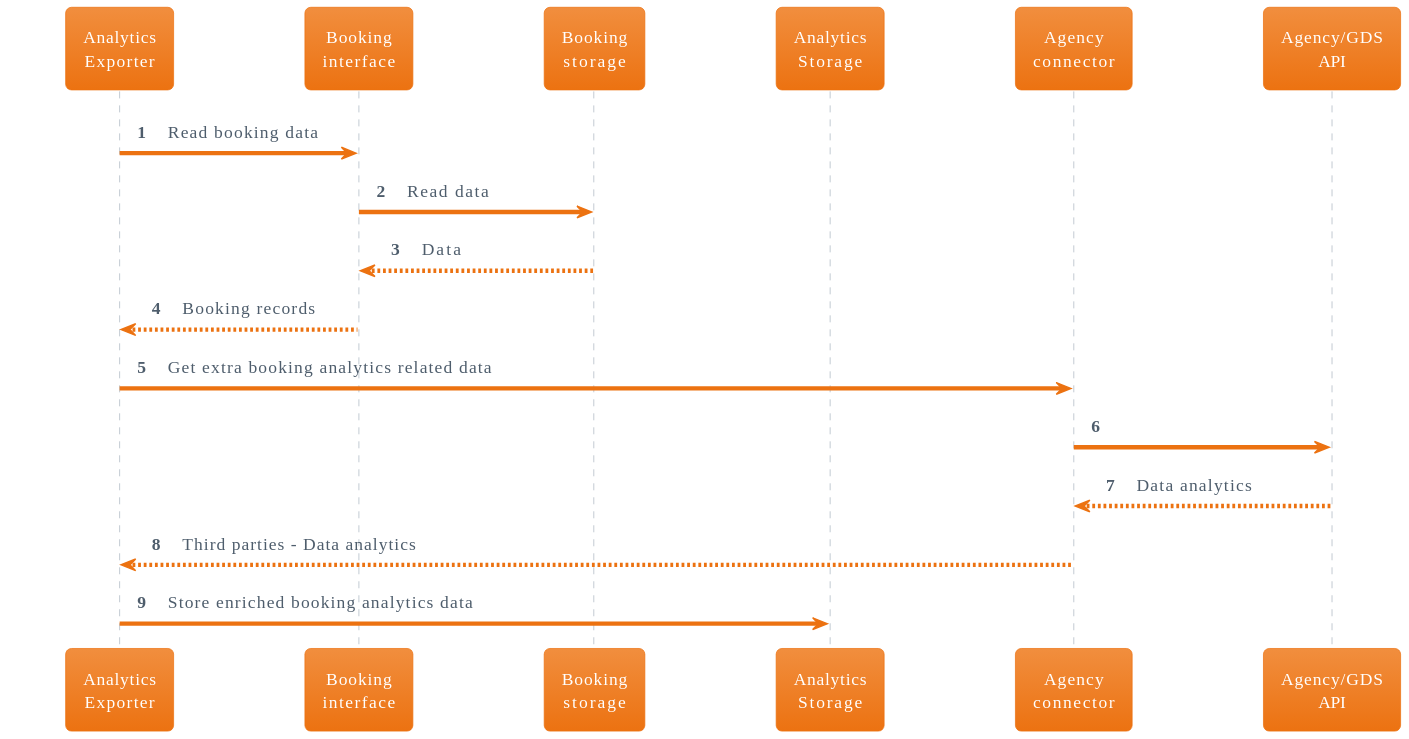
This is doc/use_cases/analytics_storage.svg from relic-da/ArchEnemies, a PlantUML export, as it was before one commit.
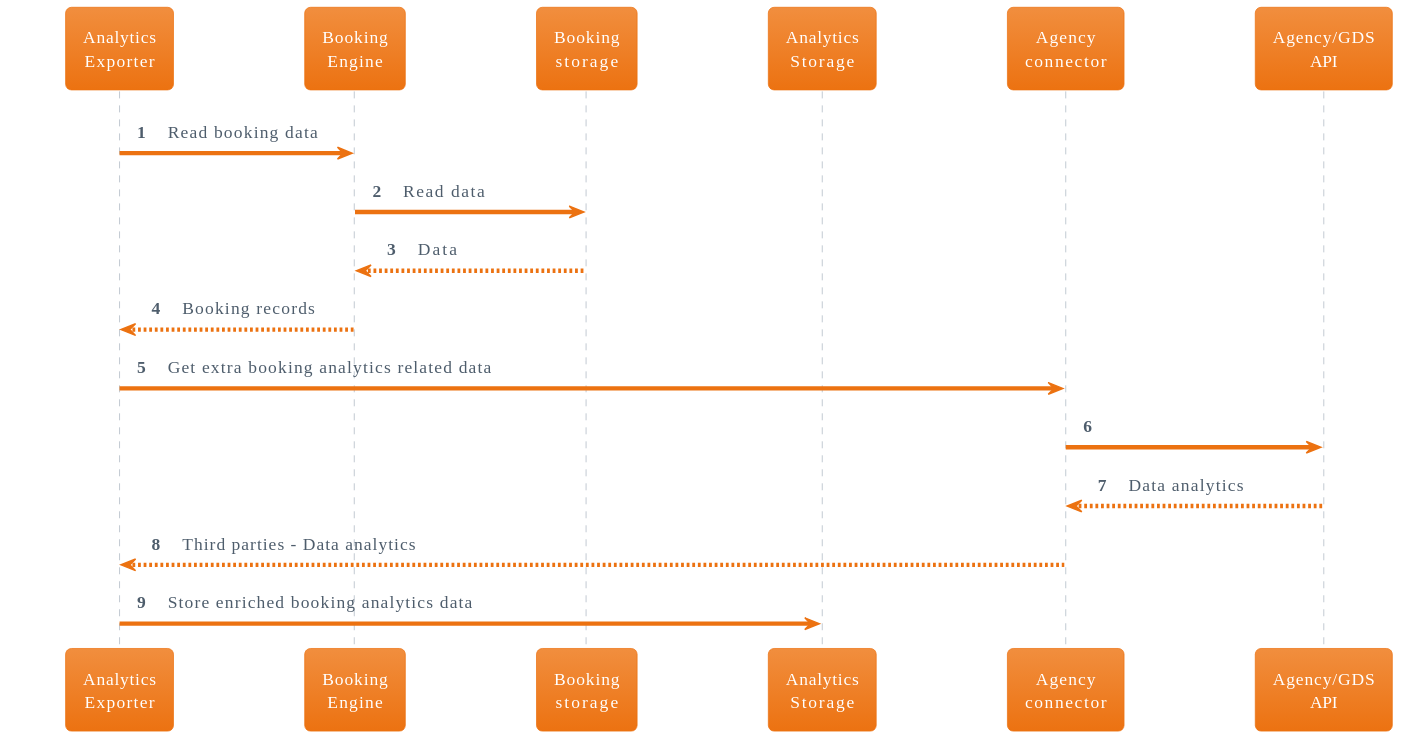
The same file after the commit.

Diff of the diagram source:
```diff
@@ -8,16 +8,16 @@
 
 
 participant "Analytics\nExporter" as analytics_exporter
-participant "Booking\ninterface" as booking_interface
+participant "Booking\nEngine" as booking_engine
 participant "Booking\nstorage" as booking_storage
 participant "Analytics\nStorage" as analytics_storage
 participant "Agency\nconnector" as agency_connector
 participant "Agency/GDS\nAPI" as agency
 
-analytics_exporter -> booking_interface: Read booking data
-booking_interface -> booking_storage: Read data
+analytics_exporter -> booking_engine: Read booking data
+booking_engine -> booking_storage: Read data
 return Data
-booking_interface --> analytics_exporter: Booking records
+booking_engine --> analytics_exporter: Booking records
 analytics_exporter -> agency_connector: Get extra booking analytics related data
 agency_connector -> agency
 return Data analytics
```
